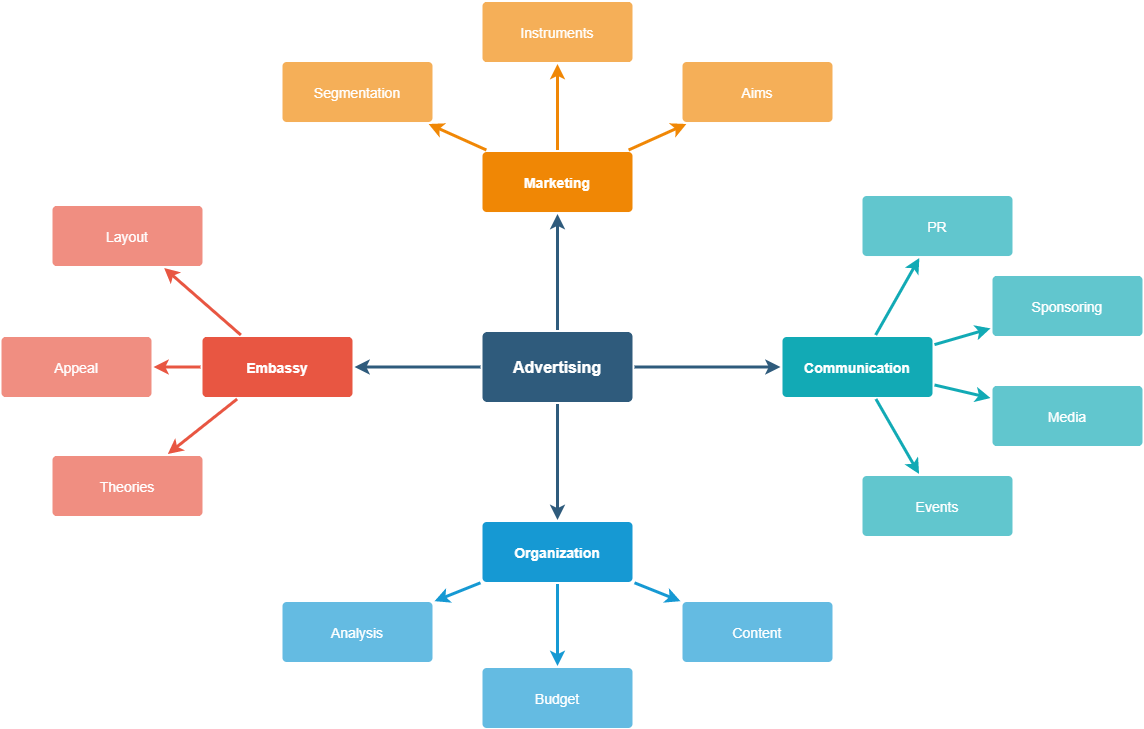
The draw.io diagram test_mmap.png in junxnone/mmap, before a commit. Source tidied: cells renumbered, new cells last; positions are measured from the earlier drawing's top-left corner, leaving out a move shared by most shapes. The source it was exported from:
```xml
<mxGraphModel background="#ffffff">
  <root>
    <mxCell id="0" />
    <mxCell id="1" parent="0" />
    <mxCell id="2" style="edgeStyle=none;rounded=0;jumpStyle=none;html=1;shadow=0;labelBackgroundColor=none;startArrow=none;startFill=0;endArrow=classic;endFill=1;jettySize=auto;strokeColor=#2F5B7C;strokeWidth=3;fontFamily=Helvetica;fontSize=16;fontColor=#23445D;spacing=5;" parent="1" edge="1" source="6" target="21">
      <mxGeometry relative="1" as="geometry" />
    </mxCell>
    <mxCell id="3" style="edgeStyle=none;rounded=0;jumpStyle=none;html=1;shadow=0;labelBackgroundColor=none;startArrow=none;startFill=0;endArrow=classic;endFill=1;jettySize=auto;strokeColor=#2F5B7C;strokeWidth=3;fontFamily=Helvetica;fontSize=16;fontColor=#23445D;spacing=5;" parent="1" edge="1" source="6" target="28">
      <mxGeometry relative="1" as="geometry" />
    </mxCell>
    <mxCell id="4" style="edgeStyle=none;rounded=0;jumpStyle=none;html=1;shadow=0;labelBackgroundColor=none;startArrow=none;startFill=0;endArrow=classic;endFill=1;jettySize=auto;strokeColor=#2F5B7C;strokeWidth=3;fontFamily=Helvetica;fontSize=16;fontColor=#23445D;spacing=5;" parent="1" edge="1" source="6" target="17">
      <mxGeometry relative="1" as="geometry" />
    </mxCell>
    <mxCell id="5" style="edgeStyle=none;rounded=0;jumpStyle=none;html=1;shadow=0;labelBackgroundColor=none;startArrow=none;startFill=0;endArrow=classic;endFill=1;jettySize=auto;strokeColor=#2F5B7C;strokeWidth=3;fontFamily=Helvetica;fontSize=16;fontColor=#23445D;spacing=5;" parent="1" edge="1" source="6" target="10">
      <mxGeometry relative="1" as="geometry" />
    </mxCell>
    <mxCell id="6" value="Advertising" style="rounded=1;whiteSpace=wrap;html=1;shadow=0;labelBackgroundColor=none;strokeColor=none;strokeWidth=3;fillColor=#2F5B7C;fontFamily=Helvetica;fontSize=16;fontColor=#FFFFFF;align=center;fontStyle=1;spacing=5;arcSize=7;perimeterSpacing=2;" parent="1" vertex="1">
      <mxGeometry x="481" y="330.5" width="150" height="70" as="geometry" />
    </mxCell>
    <mxCell id="7" style="edgeStyle=none;rounded=1;jumpStyle=none;html=1;shadow=0;labelBackgroundColor=none;startArrow=none;startFill=0;jettySize=auto;strokeColor=#E85642;strokeWidth=3;fontFamily=Helvetica;fontSize=14;fontColor=#FFFFFF;spacing=5;fontStyle=1;fillColor=#b0e3e6;" parent="1" edge="1" source="10" target="13">
      <mxGeometry relative="1" as="geometry" />
    </mxCell>
    <mxCell id="8" style="edgeStyle=none;rounded=1;jumpStyle=none;html=1;shadow=0;labelBackgroundColor=none;startArrow=none;startFill=0;jettySize=auto;strokeColor=#E85642;strokeWidth=3;fontFamily=Helvetica;fontSize=14;fontColor=#FFFFFF;spacing=5;fontStyle=1;fillColor=#b0e3e6;" parent="1" edge="1" source="10" target="12">
      <mxGeometry relative="1" as="geometry" />
    </mxCell>
    <mxCell id="9" style="edgeStyle=none;rounded=1;jumpStyle=none;html=1;shadow=0;labelBackgroundColor=none;startArrow=none;startFill=0;jettySize=auto;strokeColor=#E85642;strokeWidth=3;fontFamily=Helvetica;fontSize=14;fontColor=#FFFFFF;spacing=5;fontStyle=1;fillColor=#b0e3e6;" parent="1" edge="1" source="10" target="11">
      <mxGeometry relative="1" as="geometry" />
    </mxCell>
    <mxCell id="10" value="Embassy" style="rounded=1;whiteSpace=wrap;html=1;shadow=0;labelBackgroundColor=none;strokeColor=none;strokeWidth=3;fillColor=#e85642;fontFamily=Helvetica;fontSize=14;fontColor=#FFFFFF;align=center;spacing=5;fontStyle=1;arcSize=7;perimeterSpacing=2;" parent="1" vertex="1">
      <mxGeometry x="201" y="335.5" width="150" height="60" as="geometry" />
    </mxCell>
    <mxCell id="11" value="Theories" style="rounded=1;whiteSpace=wrap;html=1;shadow=0;labelBackgroundColor=none;strokeColor=none;strokeWidth=3;fillColor=#f08e81;fontFamily=Helvetica;fontSize=14;fontColor=#FFFFFF;align=center;spacing=5;fontStyle=0;arcSize=7;perimeterSpacing=2;" parent="1" vertex="1">
      <mxGeometry x="51" y="454.5" width="150" height="60" as="geometry" />
    </mxCell>
    <mxCell id="12" value="Appeal" style="rounded=1;whiteSpace=wrap;html=1;shadow=0;labelBackgroundColor=none;strokeColor=none;strokeWidth=3;fillColor=#f08e81;fontFamily=Helvetica;fontSize=14;fontColor=#FFFFFF;align=center;spacing=5;fontStyle=0;arcSize=7;perimeterSpacing=2;" parent="1" vertex="1">
      <mxGeometry y="335.5" width="150" height="60" as="geometry" />
    </mxCell>
    <mxCell id="13" value="Layout" style="rounded=1;whiteSpace=wrap;html=1;shadow=0;labelBackgroundColor=none;strokeColor=none;strokeWidth=3;fillColor=#f08e81;fontFamily=Helvetica;fontSize=14;fontColor=#FFFFFF;align=center;spacing=5;fontStyle=0;arcSize=7;perimeterSpacing=2;" parent="1" vertex="1">
      <mxGeometry x="51" y="204.5" width="150" height="60" as="geometry" />
    </mxCell>
    <mxCell id="14" style="edgeStyle=none;rounded=0;jumpStyle=none;html=1;shadow=0;labelBackgroundColor=none;startArrow=none;startFill=0;endArrow=classic;endFill=1;jettySize=auto;strokeColor=#1699D3;strokeWidth=3;fontFamily=Helvetica;fontSize=14;fontColor=#FFFFFF;spacing=5;" parent="1" edge="1" source="17" target="20">
      <mxGeometry relative="1" as="geometry" />
    </mxCell>
    <mxCell id="15" style="edgeStyle=none;rounded=0;jumpStyle=none;html=1;shadow=0;labelBackgroundColor=none;startArrow=none;startFill=0;endArrow=classic;endFill=1;jettySize=auto;strokeColor=#1699D3;strokeWidth=3;fontFamily=Helvetica;fontSize=14;fontColor=#FFFFFF;spacing=5;" parent="1" edge="1" source="17" target="19">
      <mxGeometry relative="1" as="geometry" />
    </mxCell>
    <mxCell id="16" style="edgeStyle=none;rounded=0;jumpStyle=none;html=1;shadow=0;labelBackgroundColor=none;startArrow=none;startFill=0;endArrow=classic;endFill=1;jettySize=auto;strokeColor=#1699D3;strokeWidth=3;fontFamily=Helvetica;fontSize=14;fontColor=#FFFFFF;spacing=5;" parent="1" edge="1" source="17" target="18">
      <mxGeometry relative="1" as="geometry" />
    </mxCell>
    <mxCell id="17" value="Organization" style="rounded=1;whiteSpace=wrap;html=1;shadow=0;labelBackgroundColor=none;strokeColor=none;strokeWidth=3;fillColor=#1699d3;fontFamily=Helvetica;fontSize=14;fontColor=#FFFFFF;align=center;spacing=5;fontStyle=1;arcSize=7;perimeterSpacing=2;" parent="1" vertex="1">
      <mxGeometry x="481" y="520.5" width="150" height="60" as="geometry" />
    </mxCell>
    <mxCell id="18" value="Content" style="rounded=1;whiteSpace=wrap;html=1;shadow=0;labelBackgroundColor=none;strokeColor=none;strokeWidth=3;fillColor=#64bbe2;fontFamily=Helvetica;fontSize=14;fontColor=#FFFFFF;align=center;spacing=5;arcSize=7;perimeterSpacing=2;" parent="1" vertex="1">
      <mxGeometry x="681" y="600.5" width="150" height="60" as="geometry" />
    </mxCell>
    <mxCell id="19" value="Budget" style="rounded=1;whiteSpace=wrap;html=1;shadow=0;labelBackgroundColor=none;strokeColor=none;strokeWidth=3;fillColor=#64bbe2;fontFamily=Helvetica;fontSize=14;fontColor=#FFFFFF;align=center;spacing=5;arcSize=7;perimeterSpacing=2;" parent="1" vertex="1">
      <mxGeometry x="481" y="666.5" width="150" height="60" as="geometry" />
    </mxCell>
    <mxCell id="20" value="Analysis" style="rounded=1;whiteSpace=wrap;html=1;shadow=0;labelBackgroundColor=none;strokeColor=none;strokeWidth=3;fillColor=#64bbe2;fontFamily=Helvetica;fontSize=14;fontColor=#FFFFFF;align=center;spacing=5;arcSize=7;perimeterSpacing=2;" parent="1" vertex="1">
      <mxGeometry x="281" y="600.5" width="150" height="60" as="geometry" />
    </mxCell>
    <mxCell id="21" value="Marketing" style="rounded=1;whiteSpace=wrap;html=1;shadow=0;labelBackgroundColor=none;strokeColor=none;strokeWidth=3;fillColor=#F08705;fontFamily=Helvetica;fontSize=14;fontColor=#FFFFFF;align=center;spacing=5;fontStyle=1;arcSize=7;perimeterSpacing=2;" parent="1" vertex="1">
      <mxGeometry x="481" y="150.5" width="150" height="60" as="geometry" />
    </mxCell>
    <mxCell id="22" value="Aims&lt;br&gt;" style="rounded=1;whiteSpace=wrap;html=1;shadow=0;labelBackgroundColor=none;strokeColor=none;strokeWidth=3;fillColor=#f5af58;fontFamily=Helvetica;fontSize=14;fontColor=#FFFFFF;align=center;spacing=5;arcSize=7;perimeterSpacing=2;" parent="1" vertex="1">
      <mxGeometry x="681" y="60.5" width="150" height="60" as="geometry" />
    </mxCell>
    <mxCell id="23" style="edgeStyle=none;rounded=0;jumpStyle=none;html=1;shadow=0;labelBackgroundColor=none;startArrow=none;startFill=0;endArrow=classic;endFill=1;jettySize=auto;strokeColor=#F08705;strokeWidth=3;fontFamily=Helvetica;fontSize=14;fontColor=#FFFFFF;spacing=5;" parent="1" edge="1" source="21" target="22">
      <mxGeometry relative="1" as="geometry" />
    </mxCell>
    <mxCell id="24" value="Instruments" style="rounded=1;whiteSpace=wrap;html=1;shadow=0;labelBackgroundColor=none;strokeColor=none;strokeWidth=3;fillColor=#f5af58;fontFamily=Helvetica;fontSize=14;fontColor=#FFFFFF;align=center;spacing=5;arcSize=7;perimeterSpacing=2;" parent="1" vertex="1">
      <mxGeometry x="481" y="0.5" width="150" height="60" as="geometry" />
    </mxCell>
    <mxCell id="25" style="edgeStyle=none;rounded=0;jumpStyle=none;html=1;shadow=0;labelBackgroundColor=none;startArrow=none;startFill=0;endArrow=classic;endFill=1;jettySize=auto;strokeColor=#F08705;strokeWidth=3;fontFamily=Helvetica;fontSize=14;fontColor=#FFFFFF;spacing=5;" parent="1" edge="1" source="21" target="24">
      <mxGeometry relative="1" as="geometry" />
    </mxCell>
    <mxCell id="26" value="Segmentation" style="rounded=1;whiteSpace=wrap;html=1;shadow=0;labelBackgroundColor=none;strokeColor=none;strokeWidth=3;fillColor=#f5af58;fontFamily=Helvetica;fontSize=14;fontColor=#FFFFFF;align=center;spacing=5;arcSize=7;perimeterSpacing=2;" parent="1" vertex="1">
      <mxGeometry x="281" y="60.5" width="150" height="60" as="geometry" />
    </mxCell>
    <mxCell id="27" style="edgeStyle=none;rounded=0;jumpStyle=none;html=1;shadow=0;labelBackgroundColor=none;startArrow=none;startFill=0;endArrow=classic;endFill=1;jettySize=auto;strokeColor=#F08705;strokeWidth=3;fontFamily=Helvetica;fontSize=14;fontColor=#FFFFFF;spacing=5;" parent="1" edge="1" source="21" target="26">
      <mxGeometry relative="1" as="geometry" />
    </mxCell>
    <mxCell id="28" value="Communication" style="rounded=1;whiteSpace=wrap;html=1;shadow=0;labelBackgroundColor=none;strokeColor=none;strokeWidth=3;fillColor=#12aab5;fontFamily=Helvetica;fontSize=14;fontColor=#FFFFFF;align=center;spacing=5;fontStyle=1;arcSize=7;perimeterSpacing=2;" parent="1" vertex="1">
      <mxGeometry x="781" y="335.5" width="150" height="60" as="geometry" />
    </mxCell>
    <mxCell id="29" value="Events" style="rounded=1;whiteSpace=wrap;html=1;shadow=0;labelBackgroundColor=none;strokeColor=none;strokeWidth=3;fillColor=#61c6ce;fontFamily=Helvetica;fontSize=14;fontColor=#FFFFFF;align=center;spacing=5;fontStyle=0;arcSize=7;perimeterSpacing=2;" parent="1" vertex="1">
      <mxGeometry x="861" y="474.5" width="150" height="60" as="geometry" />
    </mxCell>
    <mxCell id="30" style="edgeStyle=none;rounded=1;jumpStyle=none;html=1;shadow=0;labelBackgroundColor=none;startArrow=none;startFill=0;jettySize=auto;strokeColor=#12AAB5;strokeWidth=3;fontFamily=Helvetica;fontSize=14;fontColor=#FFFFFF;spacing=5;fontStyle=1;fillColor=#b0e3e6;" parent="1" edge="1" source="28" target="29">
      <mxGeometry relative="1" as="geometry" />
    </mxCell>
    <mxCell id="31" value="Media" style="rounded=1;whiteSpace=wrap;html=1;shadow=0;labelBackgroundColor=none;strokeColor=none;strokeWidth=3;fillColor=#61c6ce;fontFamily=Helvetica;fontSize=14;fontColor=#FFFFFF;align=center;spacing=5;fontStyle=0;arcSize=7;perimeterSpacing=2;" parent="1" vertex="1">
      <mxGeometry x="991" y="384.5" width="150" height="60" as="geometry" />
    </mxCell>
    <mxCell id="32" style="edgeStyle=none;rounded=1;jumpStyle=none;html=1;shadow=0;labelBackgroundColor=none;startArrow=none;startFill=0;jettySize=auto;strokeColor=#12AAB5;strokeWidth=3;fontFamily=Helvetica;fontSize=14;fontColor=#FFFFFF;spacing=5;fontStyle=1;fillColor=#b0e3e6;" parent="1" edge="1" source="28" target="31">
      <mxGeometry relative="1" as="geometry" />
    </mxCell>
    <mxCell id="33" value="Sponsoring" style="rounded=1;whiteSpace=wrap;html=1;shadow=0;labelBackgroundColor=none;strokeColor=none;strokeWidth=3;fillColor=#61c6ce;fontFamily=Helvetica;fontSize=14;fontColor=#FFFFFF;align=center;spacing=5;fontStyle=0;arcSize=7;perimeterSpacing=2;" parent="1" vertex="1">
      <mxGeometry x="991" y="274.5" width="150" height="60" as="geometry" />
    </mxCell>
    <mxCell id="34" style="edgeStyle=none;rounded=1;jumpStyle=none;html=1;shadow=0;labelBackgroundColor=none;startArrow=none;startFill=0;jettySize=auto;strokeColor=#12AAB5;strokeWidth=3;fontFamily=Helvetica;fontSize=14;fontColor=#FFFFFF;spacing=5;fontStyle=1;fillColor=#b0e3e6;" parent="1" edge="1" source="28" target="33">
      <mxGeometry relative="1" as="geometry" />
    </mxCell>
    <mxCell id="35" value="PR" style="rounded=1;whiteSpace=wrap;html=1;shadow=0;labelBackgroundColor=none;strokeColor=none;strokeWidth=3;fillColor=#61c6ce;fontFamily=Helvetica;fontSize=14;fontColor=#FFFFFF;align=center;spacing=5;fontStyle=0;arcSize=7;perimeterSpacing=2;" parent="1" vertex="1">
      <mxGeometry x="861" y="194.5" width="150" height="60" as="geometry" />
    </mxCell>
    <mxCell id="36" style="edgeStyle=none;rounded=1;jumpStyle=none;html=1;shadow=0;labelBackgroundColor=none;startArrow=none;startFill=0;jettySize=auto;strokeColor=#12AAB5;strokeWidth=3;fontFamily=Helvetica;fontSize=14;fontColor=#FFFFFF;spacing=5;fontStyle=1;fillColor=#b0e3e6;" parent="1" edge="1" source="28" target="35">
      <mxGeometry relative="1" as="geometry" />
    </mxCell>
  </root>
</mxGraphModel>
```
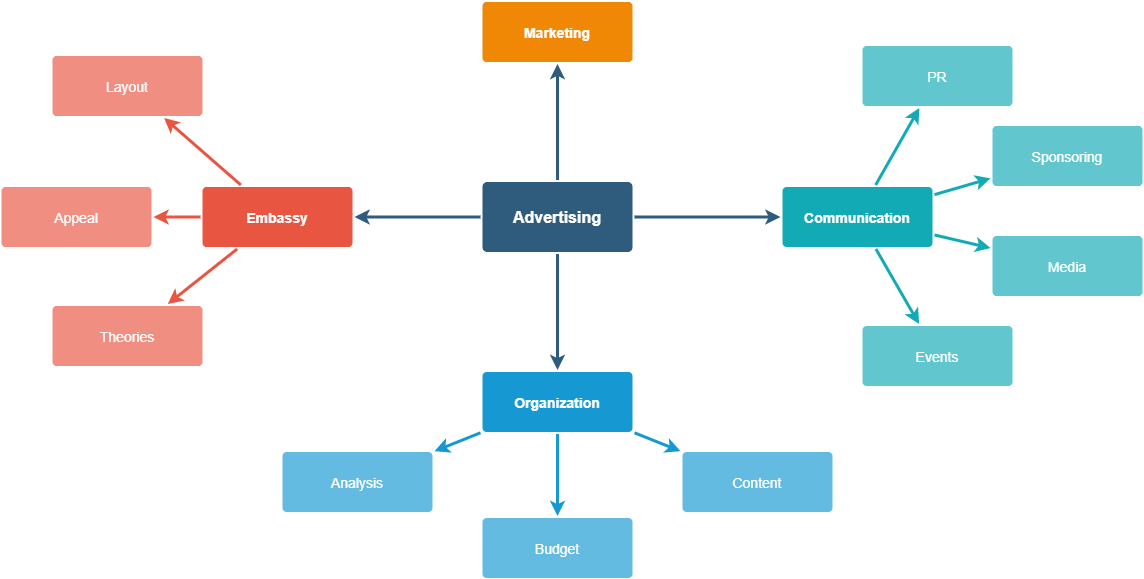
The same diagram one commit later.

Diff of the diagram source:
```diff
@@ -62,24 +62,6 @@
     <mxCell id="21" value="Marketing" style="rounded=1;whiteSpace=wrap;html=1;shadow=0;labelBackgroundColor=none;strokeColor=none;strokeWidth=3;fillColor=#F08705;fontFamily=Helvetica;fontSize=14;fontColor=#FFFFFF;align=center;spacing=5;fontStyle=1;arcSize=7;perimeterSpacing=2;" parent="1" vertex="1">
       <mxGeometry x="481" y="150.5" width="150" height="60" as="geometry" />
     </mxCell>
-    <mxCell id="22" value="Aims&lt;br&gt;" style="rounded=1;whiteSpace=wrap;html=1;shadow=0;labelBackgroundColor=none;strokeColor=none;strokeWidth=3;fillColor=#f5af58;fontFamily=Helvetica;fontSize=14;fontColor=#FFFFFF;align=center;spacing=5;arcSize=7;perimeterSpacing=2;" parent="1" vertex="1">
-      <mxGeometry x="681" y="60.5" width="150" height="60" as="geometry" />
-    </mxCell>
-    <mxCell id="23" style="edgeStyle=none;rounded=0;jumpStyle=none;html=1;shadow=0;labelBackgroundColor=none;startArrow=none;startFill=0;endArrow=classic;endFill=1;jettySize=auto;strokeColor=#F08705;strokeWidth=3;fontFamily=Helvetica;fontSize=14;fontColor=#FFFFFF;spacing=5;" parent="1" edge="1" source="21" target="22">
-      <mxGeometry relative="1" as="geometry" />
-    </mxCell>
-    <mxCell id="24" value="Instruments" style="rounded=1;whiteSpace=wrap;html=1;shadow=0;labelBackgroundColor=none;strokeColor=none;strokeWidth=3;fillColor=#f5af58;fontFamily=Helvetica;fontSize=14;fontColor=#FFFFFF;align=center;spacing=5;arcSize=7;perimeterSpacing=2;" parent="1" vertex="1">
-      <mxGeometry x="481" y="0.5" width="150" height="60" as="geometry" />
-    </mxCell>
-    <mxCell id="25" style="edgeStyle=none;rounded=0;jumpStyle=none;html=1;shadow=0;labelBackgroundColor=none;startArrow=none;startFill=0;endArrow=classic;endFill=1;jettySize=auto;strokeColor=#F08705;strokeWidth=3;fontFamily=Helvetica;fontSize=14;fontColor=#FFFFFF;spacing=5;" parent="1" edge="1" source="21" target="24">
-      <mxGeometry relative="1" as="geometry" />
-    </mxCell>
-    <mxCell id="26" value="Segmentation" style="rounded=1;whiteSpace=wrap;html=1;shadow=0;labelBackgroundColor=none;strokeColor=none;strokeWidth=3;fillColor=#f5af58;fontFamily=Helvetica;fontSize=14;fontColor=#FFFFFF;align=center;spacing=5;arcSize=7;perimeterSpacing=2;" parent="1" vertex="1">
-      <mxGeometry x="281" y="60.5" width="150" height="60" as="geometry" />
-    </mxCell>
-    <mxCell id="27" style="edgeStyle=none;rounded=0;jumpStyle=none;html=1;shadow=0;labelBackgroundColor=none;startArrow=none;startFill=0;endArrow=classic;endFill=1;jettySize=auto;strokeColor=#F08705;strokeWidth=3;fontFamily=Helvetica;fontSize=14;fontColor=#FFFFFF;spacing=5;" parent="1" edge="1" source="21" target="26">
-      <mxGeometry relative="1" as="geometry" />
-    </mxCell>
     <mxCell id="28" value="Communication" style="rounded=1;whiteSpace=wrap;html=1;shadow=0;labelBackgroundColor=none;strokeColor=none;strokeWidth=3;fillColor=#12aab5;fontFamily=Helvetica;fontSize=14;fontColor=#FFFFFF;align=center;spacing=5;fontStyle=1;arcSize=7;perimeterSpacing=2;" parent="1" vertex="1">
       <mxGeometry x="781" y="335.5" width="150" height="60" as="geometry" />
     </mxCell>
```
